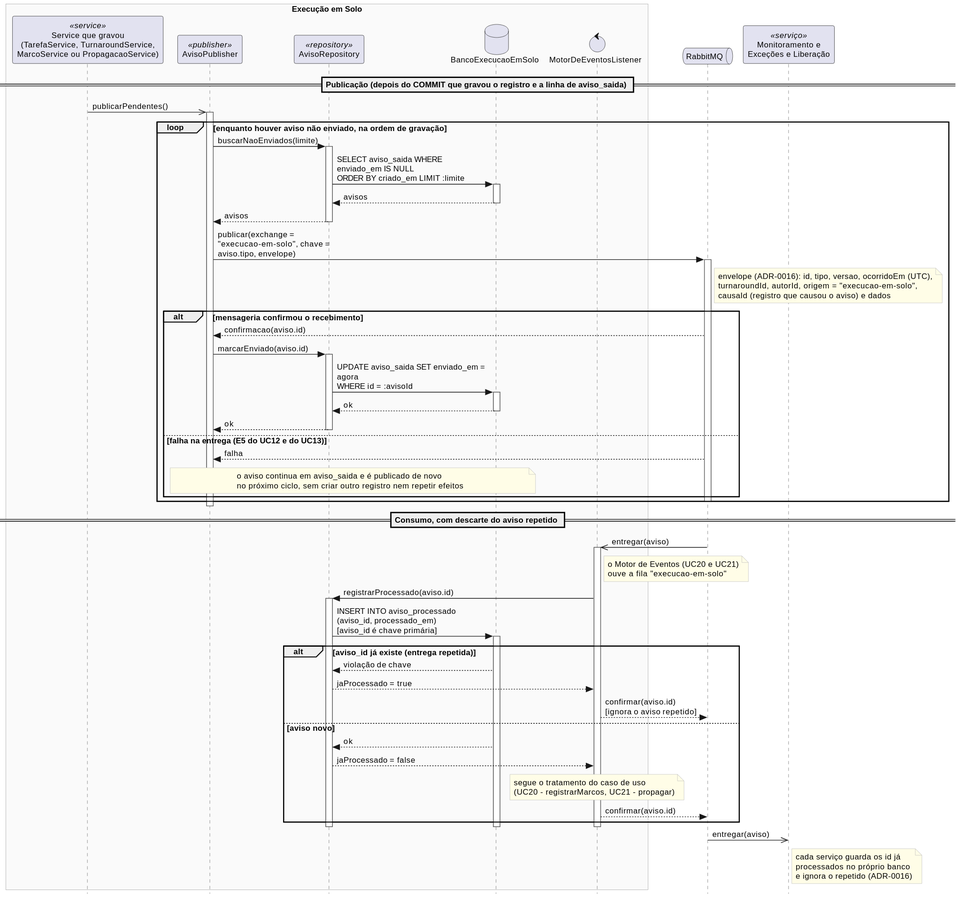
Before: especificacao/diagramas/14-sequencia-b2-avisos.svg, a diagram exported from PlantUML (Aircraft-Turnaround-Operations-Manager/aircraft-turnaround-docs). Its diagram source:
```plantuml
@startuml
!include 14-sequencia-estilo.iuml

box "Execução em Solo"
participant "Service que gravou\n(TarefaService, TurnaroundService,\nMarcoService ou PropagacaoService)" as svc <<service>>
participant "AvisoPublisher" as pub <<publisher>>
participant "AvisoRepository" as rep <<repository>>
database "BancoExecucaoEmSolo" as db
control "MotorDeEventosListener" as lst
end box
queue "RabbitMQ" as mq
participant "Monitoramento e\nExceções e Liberação" as outros <<serviço>>

== Publicação (depois do COMMIT que gravou o registro e a linha de aviso_saida) ==
svc ->> pub : publicarPendentes()
activate pub
loop enquanto houver aviso não enviado, na ordem de gravação
  pub -> rep : buscarNaoEnviados(limite)
  activate rep
  rep -> db : SELECT aviso_saida WHERE enviado_em IS NULL\nORDER BY criado_em LIMIT :limite
  activate db
  db --> rep : avisos
  deactivate db
  rep --> pub : avisos
  deactivate rep
  pub -> mq : publicar(exchange = "execucao-em-solo", chave = aviso.tipo, envelope)
  activate mq
  note right of mq
    envelope (ADR-0016): id, tipo, versao, ocorridoEm (UTC),
    turnaroundId, autorId, origem = "execucao-em-solo",
    causaId (registro que causou o aviso) e dados
  end note
  alt mensageria confirmou o recebimento
    mq --> pub : confirmacao(aviso.id)
    pub -> rep : marcarEnviado(aviso.id)
    activate rep
    rep -> db : UPDATE aviso_saida SET enviado_em = agora\nWHERE id = :avisoId
    activate db
    db --> rep : ok
    deactivate db
    rep --> pub : ok
    deactivate rep
  else falha na entrega (E5 do UC12 e do UC13)
    mq --> pub : falha
    note over pub, db : o aviso continua em aviso_saida e é publicado de novo\nno próximo ciclo, sem criar outro registro nem repetir efeitos
  end
  deactivate mq
end
deactivate pub

== Consumo, com descarte do aviso repetido ==
mq ->> lst : entregar(aviso)
activate lst
note right of lst : o Motor de Eventos (UC20 e UC21)\nouve a fila "execucao-em-solo"
lst -> rep : registrarProcessado(aviso.id)
activate rep
rep -> db : INSERT INTO aviso_processado (aviso_id, processado_em)\n[aviso_id é chave primária]
activate db
alt aviso_id já existe (entrega repetida)
  db --> rep : violação de chave
  rep --> lst : jaProcessado = true
  lst --> mq : confirmar(aviso.id)\n[ignora o aviso repetido]
else aviso novo
  db --> rep : ok
  rep --> lst : jaProcessado = false
  note over lst : segue o tratamento do caso de uso\n(UC20 - registrarMarcos, UC21 - propagar)
  lst --> mq : confirmar(aviso.id)
end
deactivate db
deactivate rep
deactivate lst
mq ->> outros : entregar(aviso)
note right of outros : cada serviço guarda os id já\nprocessados no próprio banco\ne ignora o repetido (ADR-0016)
@enduml
```
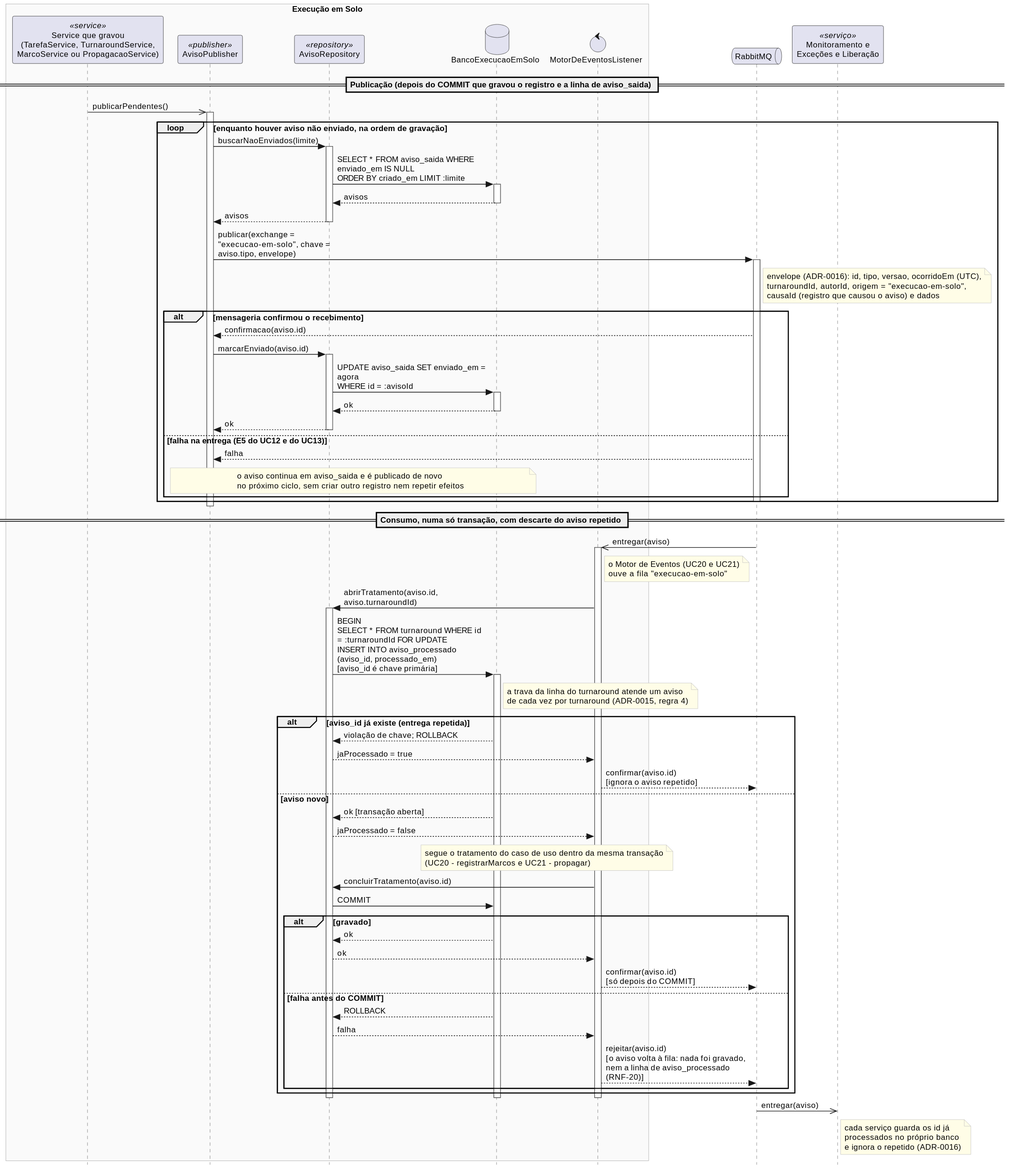
After the commit.

The edit, as a diff of the source:
```diff
@@ -17,7 +17,7 @@
 loop enquanto houver aviso não enviado, na ordem de gravação
   pub -> rep : buscarNaoEnviados(limite)
   activate rep
-  rep -> db : SELECT aviso_saida WHERE enviado_em IS NULL\nORDER BY criado_em LIMIT :limite
+  rep -> db : SELECT * FROM aviso_saida WHERE enviado_em IS NULL\nORDER BY criado_em LIMIT :limite
   activate db
   db --> rep : avisos
   deactivate db
@@ -48,23 +48,34 @@
 end
 deactivate pub
 
-== Consumo, com descarte do aviso repetido ==
+== Consumo, numa só transação, com descarte do aviso repetido ==
 mq ->> lst : entregar(aviso)
 activate lst
 note right of lst : o Motor de Eventos (UC20 e UC21)\nouve a fila "execucao-em-solo"
-lst -> rep : registrarProcessado(aviso.id)
+lst -> rep : abrirTratamento(aviso.id, aviso.turnaroundId)
 activate rep
-rep -> db : INSERT INTO aviso_processado (aviso_id, processado_em)\n[aviso_id é chave primária]
+rep -> db : BEGIN\nSELECT * FROM turnaround WHERE id = :turnaroundId FOR UPDATE\nINSERT INTO aviso_processado (aviso_id, processado_em)\n[aviso_id é chave primária]
 activate db
+note right of db : a trava da linha do turnaround atende um aviso\nde cada vez por turnaround (ADR-0015, regra 4)
 alt aviso_id já existe (entrega repetida)
-  db --> rep : violação de chave
+  db --> rep : violação de chave; ROLLBACK
   rep --> lst : jaProcessado = true
   lst --> mq : confirmar(aviso.id)\n[ignora o aviso repetido]
 else aviso novo
-  db --> rep : ok
+  db --> rep : ok [transação aberta]
   rep --> lst : jaProcessado = false
-  note over lst : segue o tratamento do caso de uso\n(UC20 - registrarMarcos, UC21 - propagar)
-  lst --> mq : confirmar(aviso.id)
+  note over lst, db : segue o tratamento do caso de uso dentro da mesma transação\n(UC20 - registrarMarcos e UC21 - propagar)
+  lst -> rep : concluirTratamento(aviso.id)
+  rep -> db : COMMIT
+  alt gravado
+    db --> rep : ok
+    rep --> lst : ok
+    lst --> mq : confirmar(aviso.id)\n[só depois do COMMIT]
+  else falha antes do COMMIT
+    db --> rep : ROLLBACK
+    rep --> lst : falha
+    lst --> mq : rejeitar(aviso.id)\n[o aviso volta à fila: nada foi gravado,\nnem a linha de aviso_processado (RNF-20)]
+  end
 end
 deactivate db
 deactivate rep
```
